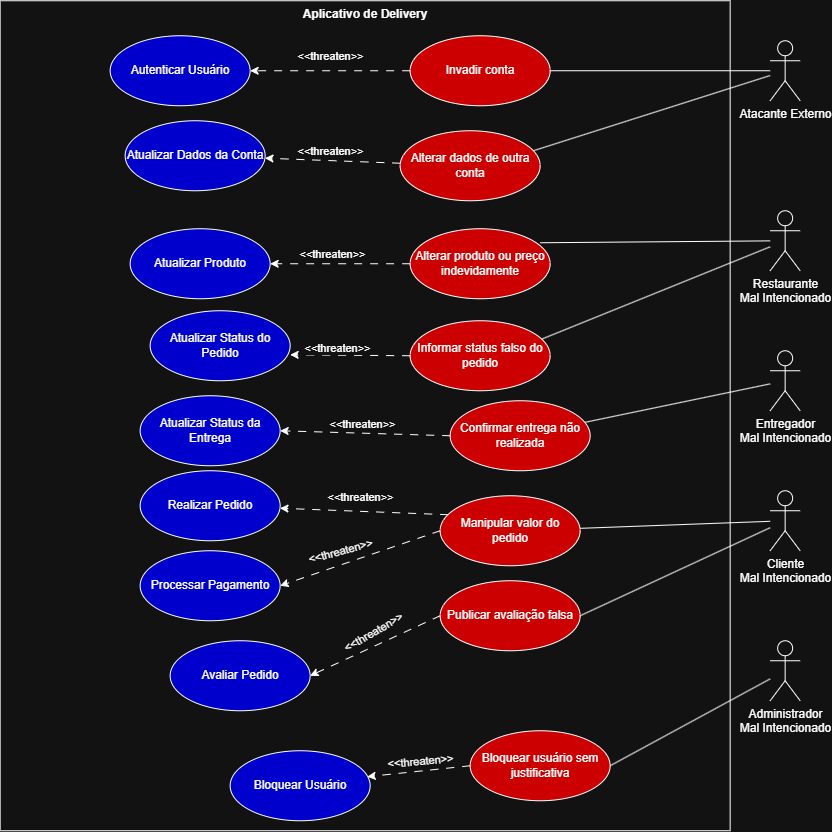
Ismael1012/Engenharia_Software_Seguro keeps this draw.io diagram as diagramas/Casos de Abuso.png. Above is the earlier version. Source tidied: cells renumbered, new cells last; positions are measured from the earlier drawing's top-left corner, leaving out a move shared by most shapes.
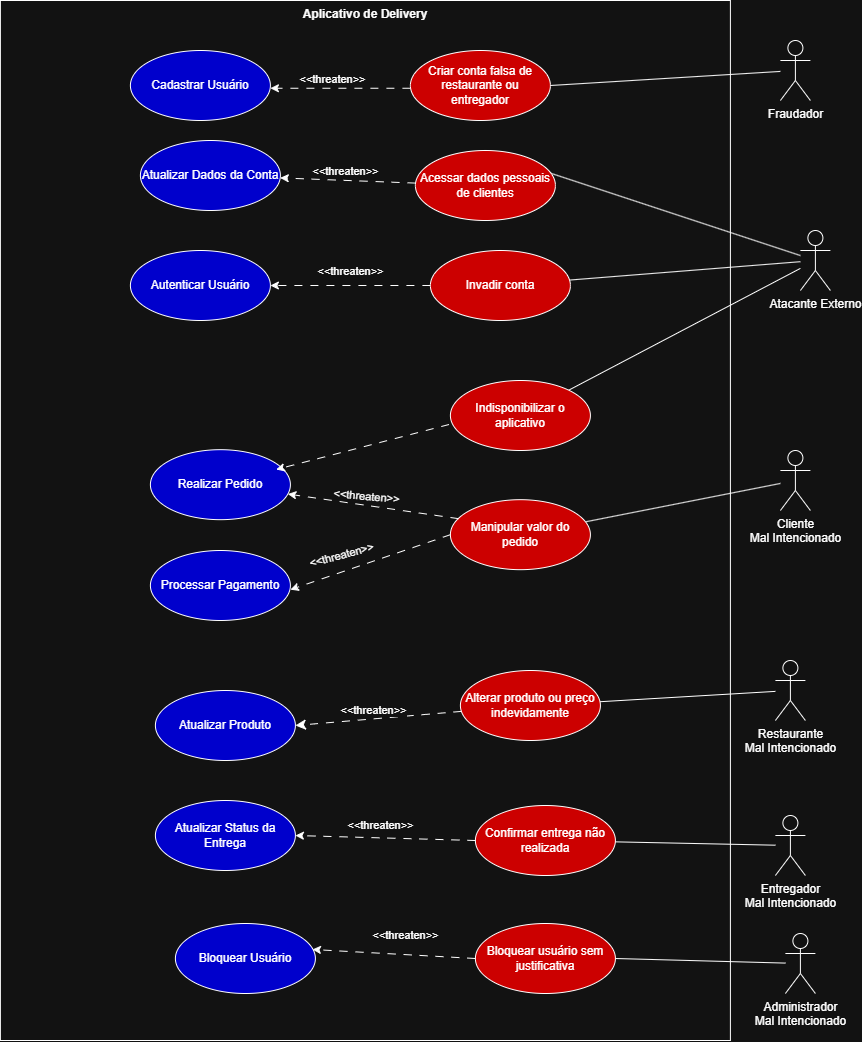
Above is the later version.

Commit message:
fix: arruma diagrama de casos de abuso

Change to the diagram source:
```diff
@@ -3,25 +3,22 @@
     <mxCell id="0" />
     <mxCell id="1" parent="0" />
     <mxCell id="2" value="Aplicativo de Delivery" style="shape=rect;html=1;verticalAlign=top;fontStyle=1;whiteSpace=wrap;align=center;" parent="1" vertex="1">
-      <mxGeometry width="730" height="830" as="geometry" />
+      <mxGeometry width="730" height="1040" as="geometry" />
     </mxCell>
     <mxCell id="3" value="Autenticar Usuário" style="ellipse;whiteSpace=wrap;html=1;fillColor=light-dark(#FFFFFF,#0000CC);" parent="1" vertex="1">
-      <mxGeometry x="110" y="35" width="140" height="70" as="geometry" />
+      <mxGeometry x="130" y="250" width="140" height="70" as="geometry" />
     </mxCell>
     <mxCell id="4" style="rounded=0;jettySize=auto;html=1;endArrow=none;endFill=0;" parent="1" edge="1" source="6" target="22">
       <mxGeometry relative="1" as="geometry" />
     </mxCell>
-    <mxCell id="5" style="rounded=0;jettySize=auto;html=1;entryX=1;entryY=0.5;entryDx=0;entryDy=0;endArrow=none;endFill=0;" parent="1" edge="1" source="6" target="23">
-      <mxGeometry relative="1" as="geometry" />
-    </mxCell>
     <mxCell id="6" value="Cliente&lt;div&gt;Mal Intencionado&lt;/div&gt;" style="shape=umlActor;verticalLabelPosition=bottom;verticalAlign=top;html=1;" parent="1" vertex="1">
-      <mxGeometry x="770" y="490" width="30" height="60" as="geometry" />
+      <mxGeometry x="780" y="450" width="30" height="60" as="geometry" />
     </mxCell>
     <mxCell id="7" style="rounded=0;jettySize=auto;html=1;endArrow=none;endFill=0;" parent="1" edge="1" source="8" target="26">
       <mxGeometry relative="1" as="geometry" />
     </mxCell>
     <mxCell id="8" value="Entregador&lt;div&gt;Mal Intencionado&lt;/div&gt;" style="shape=umlActor;verticalLabelPosition=bottom;verticalAlign=top;html=1;" parent="1" vertex="1">
-      <mxGeometry x="770" y="350" width="30" height="60" as="geometry" />
+      <mxGeometry x="775" y="815" width="30" height="60" as="geometry" />
     </mxCell>
     <mxCell id="9" style="rounded=0;jettySize=auto;html=1;endArrow=none;endFill=0;" parent="1" edge="1" source="11" target="19">
       <mxGeometry relative="1" as="geometry" />
@@ -29,23 +26,17 @@
     <mxCell id="10" style="rounded=0;jettySize=auto;html=1;entryX=0.929;entryY=0.3;entryDx=0;entryDy=0;endArrow=none;endFill=0;entryPerimeter=0;" parent="1" edge="1" source="11" target="21">
       <mxGeometry relative="1" as="geometry" />
     </mxCell>
+    <mxCell id="51" style="edgeStyle=none;curved=1;rounded=0;jettySize=auto;html=1;fontSize=12;startSize=8;endSize=8;endArrow=none;endFill=0;" parent="1" edge="1" source="11" target="54">
+      <mxGeometry relative="1" as="geometry" />
+    </mxCell>
     <mxCell id="11" value="Atacante Externo" style="shape=umlActor;verticalLabelPosition=bottom;verticalAlign=top;html=1;" parent="1" vertex="1">
-      <mxGeometry x="770" y="40" width="30" height="60" as="geometry" />
+      <mxGeometry x="800" y="230" width="30" height="60" as="geometry" />
     </mxCell>
-    <mxCell id="12" style="rounded=0;jettySize=auto;html=1;entryX=0.929;entryY=0.2;entryDx=0;entryDy=0;endArrow=none;endFill=0;entryPerimeter=0;" parent="1" edge="1" source="14" target="25">
-      <mxGeometry relative="1" as="geometry" />
-    </mxCell>
-    <mxCell id="13" style="rounded=0;jettySize=auto;html=1;entryX=0.929;entryY=0.271;entryDx=0;entryDy=0;endArrow=none;endFill=0;entryPerimeter=0;" parent="1" edge="1" source="14" target="24">
-      <mxGeometry relative="1" as="geometry" />
-    </mxCell>
-    <mxCell id="14" value="Restaurante&lt;div&gt;Mal Intencionado&lt;/div&gt;" style="shape=umlActor;verticalLabelPosition=bottom;verticalAlign=top;html=1;" parent="1" vertex="1">
-      <mxGeometry x="770" y="210" width="30" height="60" as="geometry" />
-    </mxCell>
     <mxCell id="15" style="rounded=0;jettySize=auto;html=1;entryX=1;entryY=0.5;entryDx=0;entryDy=0;endArrow=none;endFill=0;" parent="1" edge="1" source="16" target="27">
       <mxGeometry relative="1" as="geometry" />
     </mxCell>
     <mxCell id="16" value="Administrador&lt;div&gt;Mal Intencionado&lt;/div&gt;" style="shape=umlActor;verticalLabelPosition=bottom;verticalAlign=top;html=1;" parent="1" vertex="1">
-      <mxGeometry x="770" y="640" width="30" height="60" as="geometry" />
+      <mxGeometry x="785" y="933" width="30" height="60" as="geometry" />
     </mxCell>
     <mxCell id="17" style="rounded=0;jettySize=auto;html=1;dashed=1;dashPattern=8 8;" parent="1" edge="1" source="19" target="3">
       <mxGeometry relative="1" as="geometry" />
@@ -56,110 +47,128 @@
       </mxGeometry>
     </mxCell>
     <mxCell id="19" value="Invadir conta" style="ellipse;whiteSpace=wrap;html=1;fillColor=light-dark(#FFFFFF,#CC0000);" parent="1" vertex="1">
-      <mxGeometry x="410" y="35" width="140" height="70" as="geometry" />
+      <mxGeometry x="430" y="250" width="140" height="70" as="geometry" />
     </mxCell>
     <mxCell id="20" style="rounded=0;jettySize=auto;html=1;dashed=1;dashPattern=8 8;" parent="1" edge="1" source="21" target="32">
       <mxGeometry relative="1" as="geometry" />
     </mxCell>
-    <mxCell id="21" value="Alterar dados de outra conta" style="ellipse;whiteSpace=wrap;html=1;fillColor=light-dark(#FFFFFF,#CC0000);" parent="1" vertex="1">
-      <mxGeometry x="400" y="130" width="140" height="70" as="geometry" />
+    <mxCell id="21" value="Acessar dados pessoais de clientes" style="ellipse;whiteSpace=wrap;html=1;fillColor=light-dark(#FFFFFF,#CC0000);" parent="1" vertex="1">
+      <mxGeometry x="415" y="150" width="140" height="70" as="geometry" />
     </mxCell>
     <mxCell id="22" value="Manipular valor do pedido" style="ellipse;whiteSpace=wrap;html=1;fillColor=light-dark(#FFFFFF,#CC0000);" parent="1" vertex="1">
-      <mxGeometry x="440" y="495" width="140" height="70" as="geometry" />
+      <mxGeometry x="450" y="499.2" width="140" height="70" as="geometry" />
     </mxCell>
-    <mxCell id="23" value="Publicar avaliação falsa&lt;span style=&quot;color: rgba(0, 0, 0, 0); font-family: monospace; font-size: 0px; text-align: start; white-space: nowrap;&quot;&gt;%3CmxGraphModel%3E%3Croot%3E%3CmxCell%20id%3D%220%22%2F%3E%3CmxCell%20id%3D%221%22%20parent%3D%220%22%2F%3E%3CmxCell%20id%3D%222%22%20parent%3D%221%22%20style%3D%22ellipse%3BwhiteSpace%3Dwrap%3Bhtml%3D1%3B%22%20value%3D%22Alterar%20dados%20de%20outra%20conta%22%20vertex%3D%221%22%3E%3CmxGeometry%20height%3D%2270%22%20width%3D%22140%22%20x%3D%22910%22%20y%3D%22340%22%20as%3D%22geometry%22%2F%3E%3C%2FmxCell%3E%3C%2Froot%3E%3C%2FmxGraphModel%3E&lt;/span&gt;" style="ellipse;whiteSpace=wrap;html=1;fillColor=light-dark(#FFFFFF,#CC0000);" parent="1" vertex="1">
-      <mxGeometry x="440" y="580" width="140" height="70" as="geometry" />
-    </mxCell>
-    <mxCell id="24" value="Informar status falso do pedido" style="ellipse;whiteSpace=wrap;html=1;fillColor=light-dark(#FFFFFF,#CC0000);" parent="1" vertex="1">
-      <mxGeometry x="410" y="320" width="140" height="70" as="geometry" />
-    </mxCell>
-    <mxCell id="25" value="Alterar produto ou preço indevidamente" style="ellipse;whiteSpace=wrap;html=1;fillColor=light-dark(#FFFFFF,#CC0000);" parent="1" vertex="1">
-      <mxGeometry x="410" y="228" width="140" height="70" as="geometry" />
+    <mxCell id="25" value="Criar conta falsa de restaurante ou entregador" style="ellipse;whiteSpace=wrap;html=1;fillColor=light-dark(#FFFFFF,#CC0000);" parent="1" vertex="1">
+      <mxGeometry x="410" y="50" width="140" height="70" as="geometry" />
     </mxCell>
     <mxCell id="26" value="Confirmar entrega não realizada" style="ellipse;whiteSpace=wrap;html=1;fillColor=light-dark(#FFFFFF,#CC0000);" parent="1" vertex="1">
-      <mxGeometry x="450" y="400" width="140" height="70" as="geometry" />
+      <mxGeometry x="475" y="805" width="140" height="70" as="geometry" />
     </mxCell>
     <mxCell id="27" value="&lt;span style=&quot;color: light-dark(rgb(0, 0, 0), rgb(255, 255, 255));&quot;&gt;Bloquear usuário sem justificativa&lt;/span&gt;" style="ellipse;whiteSpace=wrap;html=1;fontColor=light-dark(#000000,#000000);fillColor=light-dark(#FFFFFF,#CC0000);" parent="1" vertex="1">
-      <mxGeometry x="470" y="730" width="140" height="70" as="geometry" />
+      <mxGeometry x="475" y="923" width="140" height="70" as="geometry" />
     </mxCell>
-    <mxCell id="28" value="Avaliar Pedido" style="ellipse;whiteSpace=wrap;html=1;fillColor=light-dark(#FFFFFF,#0000CC);" parent="1" vertex="1">
-      <mxGeometry x="170" y="640" width="140" height="70" as="geometry" />
-    </mxCell>
     <mxCell id="29" value="Realizar Pedido" style="ellipse;whiteSpace=wrap;html=1;fillColor=light-dark(#FFFFFF,#0000CC);" parent="1" vertex="1">
-      <mxGeometry x="140" y="470" width="140" height="70" as="geometry" />
+      <mxGeometry x="150" y="449.2" width="140" height="70" as="geometry" />
     </mxCell>
     <mxCell id="30" value="Processar Pagamento" style="ellipse;whiteSpace=wrap;html=1;fillColor=light-dark(#FFFFFF,#0000CC);" parent="1" vertex="1">
-      <mxGeometry x="140" y="550" width="140" height="70" as="geometry" />
+      <mxGeometry x="150" y="550" width="140" height="70" as="geometry" />
     </mxCell>
     <mxCell id="31" value="Bloquear Usuário" style="ellipse;whiteSpace=wrap;html=1;fillColor=light-dark(#FFFFFF,#0000CC);" parent="1" vertex="1">
-      <mxGeometry x="230" y="750" width="140" height="70" as="geometry" />
+      <mxGeometry x="175" y="923" width="140" height="70" as="geometry" />
     </mxCell>
     <mxCell id="32" value="Atualizar Dados da Conta" style="ellipse;whiteSpace=wrap;html=1;fillColor=light-dark(#FFFFFF,#0000CC);" parent="1" vertex="1">
-      <mxGeometry x="125" y="120" width="140" height="70" as="geometry" />
+      <mxGeometry x="140" y="140" width="140" height="70" as="geometry" />
     </mxCell>
-    <mxCell id="33" value="Atualizar Produto" style="ellipse;whiteSpace=wrap;html=1;fillColor=light-dark(#FFFFFF,#0000CC);" parent="1" vertex="1">
-      <mxGeometry x="130" y="228" width="140" height="70" as="geometry" />
+    <mxCell id="33" value="Cadastrar Usuário" style="ellipse;whiteSpace=wrap;html=1;fillColor=light-dark(#FFFFFF,#0000CC);" parent="1" vertex="1">
+      <mxGeometry x="130" y="50" width="140" height="70" as="geometry" />
     </mxCell>
-    <mxCell id="34" value="Atualizar Status do Pedido" style="ellipse;whiteSpace=wrap;html=1;fillColor=light-dark(#FFFFFF,#0000CC);" parent="1" vertex="1">
-      <mxGeometry x="150" y="310" width="140" height="70" as="geometry" />
-    </mxCell>
     <mxCell id="35" value="&amp;lt;&amp;lt;threaten&amp;gt;&amp;gt;" style="edgeLabel;html=1;align=center;verticalAlign=middle;rotation=0;" parent="1" vertex="1">
-      <mxGeometry x="330" y="150" as="geometry" />
+      <mxGeometry x="345" y="170" as="geometry" />
     </mxCell>
-    <mxCell id="36" style="rounded=0;jettySize=auto;html=1;dashed=1;dashPattern=8 8;exitX=0;exitY=0.5;exitDx=0;exitDy=0;entryX=1;entryY=0.5;entryDx=0;entryDy=0;" parent="1" edge="1" source="23" target="28">
-      <mxGeometry relative="1" as="geometry" />
-    </mxCell>
-    <mxCell id="37" value="&amp;lt;&amp;lt;threaten&amp;gt;&amp;gt;" style="edgeLabel;html=1;align=center;verticalAlign=middle;rotation=-30;" parent="1" vertex="1">
-      <mxGeometry x="360" y="610" as="geometry">
-        <mxPoint x="0.5" y="25" as="offset" />
-      </mxGeometry>
-    </mxCell>
-    <mxCell id="38" style="rounded=0;jettySize=auto;html=1;dashed=1;dashPattern=8 8;exitX=0;exitY=0.5;exitDx=0;exitDy=0;entryX=1;entryY=0.5;entryDx=0;entryDy=0;" parent="1" edge="1" source="22" target="30">
-      <mxGeometry relative="1" as="geometry" />
+    <mxCell id="38" style="rounded=0;jettySize=auto;html=1;dashed=1;dashPattern=8 8;exitX=0;exitY=0.5;exitDx=0;exitDy=0;entryX=1;entryY=0.5;entryDx=0;entryDy=0;" parent="1" edge="1" source="22">
+      <mxGeometry relative="1" as="geometry">
+        <mxPoint x="290" y="589.2" as="targetPoint" />
+      </mxGeometry>
     </mxCell>
     <mxCell id="39" value="&amp;lt;&amp;lt;threaten&amp;gt;&amp;gt;" style="edgeLabel;html=1;align=center;verticalAlign=middle;rotation=-15;" parent="1" vertex="1">
-      <mxGeometry x="340" y="550" as="geometry" />
+      <mxGeometry x="340" y="554.2" as="geometry" />
     </mxCell>
     <mxCell id="40" style="rounded=0;jettySize=auto;html=1;dashed=1;dashPattern=8 8;exitX=0.057;exitY=0.271;exitDx=0;exitDy=0;exitPerimeter=0;" parent="1" edge="1" source="22" target="29">
       <mxGeometry relative="1" as="geometry" />
     </mxCell>
-    <mxCell id="41" value="&amp;lt;&amp;lt;threaten&amp;gt;&amp;gt;" style="edgeLabel;html=1;align=center;verticalAlign=middle;rotation=0;" parent="1" vertex="1">
-      <mxGeometry x="365" y="505" as="geometry">
-        <mxPoint x="-5" y="-9" as="offset" />
+    <mxCell id="41" value="&amp;lt;&amp;lt;threaten&amp;gt;&amp;gt;" style="edgeLabel;html=1;align=center;verticalAlign=middle;rotation=5;" parent="1" vertex="1">
+      <mxGeometry x="370" y="510" as="geometry">
+        <mxPoint x="-6" y="-14" as="offset" />
       </mxGeometry>
     </mxCell>
-    <mxCell id="42" style="rounded=0;jettySize=auto;html=1;dashed=1;dashPattern=8 8;exitX=0;exitY=0.5;exitDx=0;exitDy=0;entryX=1;entryY=0.5;entryDx=0;entryDy=0;" parent="1" edge="1" source="25" target="33">
-      <mxGeometry relative="1" as="geometry" />
+    <mxCell id="42" style="rounded=0;orthogonalLoop=1;jettySize=auto;html=1;dashed=1;dashPattern=8 8;exitX=0;exitY=0.5;exitDx=0;exitDy=0;entryX=1;entryY=0.5;entryDx=0;entryDy=0;" parent="1" edge="1">
+      <mxGeometry relative="1" as="geometry">
+        <mxPoint x="410" y="87.8" as="sourcePoint" />
+        <mxPoint x="270" y="87.8" as="targetPoint" />
+      </mxGeometry>
     </mxCell>
     <mxCell id="43" value="&amp;lt;&amp;lt;threaten&amp;gt;&amp;gt;" style="edgeLabel;html=1;align=center;verticalAlign=middle;rotation=0;" parent="1" vertex="1">
-      <mxGeometry x="335" y="256.5" as="geometry">
+      <mxGeometry x="335" y="81.2" as="geometry">
         <mxPoint x="-3" y="-3" as="offset" />
       </mxGeometry>
     </mxCell>
     <mxCell id="44" value="Atualizar Status da Entrega" style="ellipse;whiteSpace=wrap;html=1;fillColor=light-dark(#FFFFFF,#0000CC);" parent="1" vertex="1">
-      <mxGeometry x="140" y="395" width="140" height="70" as="geometry" />
+      <mxGeometry x="155" y="800" width="140" height="70" as="geometry" />
     </mxCell>
     <mxCell id="45" style="rounded=0;jettySize=auto;html=1;dashed=1;dashPattern=8 8;exitX=0;exitY=0.5;exitDx=0;exitDy=0;entryX=1;entryY=0.5;entryDx=0;entryDy=0;" parent="1" edge="1" source="26" target="44">
       <mxGeometry relative="1" as="geometry" />
     </mxCell>
     <mxCell id="46" value="&amp;lt;&amp;lt;threaten&amp;gt;&amp;gt;" style="edgeLabel;html=1;align=center;verticalAlign=middle;rotation=0;" parent="1" vertex="1">
-      <mxGeometry x="365" y="426.2" as="geometry">
-        <mxPoint x="-3" y="-3" as="offset" />
+      <mxGeometry x="375" y="835" as="geometry">
+        <mxPoint x="5" y="-11" as="offset" />
       </mxGeometry>
     </mxCell>
-    <mxCell id="47" style="rounded=0;jettySize=auto;html=1;dashed=1;dashPattern=8 8;exitX=0;exitY=0.5;exitDx=0;exitDy=0;entryX=1;entryY=0.629;entryDx=0;entryDy=0;entryPerimeter=0;" parent="1" edge="1" source="24" target="34">
-      <mxGeometry relative="1" as="geometry" />
-    </mxCell>
-    <mxCell id="48" value="&amp;lt;&amp;lt;threaten&amp;gt;&amp;gt;" style="edgeLabel;html=1;align=center;verticalAlign=middle;rotation=0;" parent="1" vertex="1">
-      <mxGeometry x="310" y="350" as="geometry">
+    <mxCell id="48" style="edgeLabel;html=1;align=center;verticalAlign=middle;rotation=0;" parent="1" vertex="1">
+      <mxGeometry x="325" y="600" as="geometry">
         <mxPoint x="27" y="-3" as="offset" />
       </mxGeometry>
     </mxCell>
     <mxCell id="49" style="rounded=0;jettySize=auto;html=1;dashed=1;dashPattern=8 8;exitX=0;exitY=0.5;exitDx=0;exitDy=0;entryX=0.979;entryY=0.371;entryDx=0;entryDy=0;entryPerimeter=0;" parent="1" edge="1" source="27" target="31">
       <mxGeometry relative="1" as="geometry" />
     </mxCell>
-    <mxCell id="50" value="&amp;lt;&amp;lt;threaten&amp;gt;&amp;gt;" style="edgeLabel;html=1;align=center;verticalAlign=middle;rotation=-5;" parent="1" vertex="1">
-      <mxGeometry x="420" y="760" as="geometry" />
+    <mxCell id="50" value="&amp;lt;&amp;lt;threaten&amp;gt;&amp;gt;" style="edgeLabel;html=1;align=center;verticalAlign=middle;rotation=0;" parent="1" vertex="1">
+      <mxGeometry x="405" y="943" as="geometry">
+        <mxPoint x="-0.2" y="-9.1" as="offset" />
+      </mxGeometry>
     </mxCell>
+    <mxCell id="52" style="rounded=0;jettySize=auto;html=1;entryX=1;entryY=0.5;entryDx=0;entryDy=0;endArrow=none;endFill=0;" parent="1" edge="1" source="53" target="25">
+      <mxGeometry relative="1" as="geometry" />
+    </mxCell>
+    <mxCell id="53" value="Fraudador" style="shape=umlActor;verticalLabelPosition=bottom;verticalAlign=top;html=1;" parent="1" vertex="1">
+      <mxGeometry x="780" y="40" width="30" height="60" as="geometry" />
+    </mxCell>
+    <mxCell id="54" value="Indisponibilizar o aplicativo" style="ellipse;whiteSpace=wrap;html=1;fillColor=light-dark(#FFFFFF,#CC0000);" parent="1" vertex="1">
+      <mxGeometry x="450" y="380" width="140" height="70" as="geometry" />
+    </mxCell>
+    <mxCell id="55" style="rounded=0;jettySize=auto;html=1;entryX=0.898;entryY=0.283;entryDx=0;entryDy=0;entryPerimeter=0;dashed=1;dashPattern=8 8;" parent="1" edge="1" target="29">
+      <mxGeometry relative="1" as="geometry">
+        <mxPoint x="448.6" y="424" as="sourcePoint" />
+      </mxGeometry>
+    </mxCell>
+    <mxCell id="56" style="edgeStyle=none;curved=1;rounded=0;jettySize=auto;html=1;fontSize=12;startSize=8;endSize=8;endArrow=none;endFill=0;" parent="1" edge="1" source="14" target="58">
+      <mxGeometry relative="1" as="geometry" />
+    </mxCell>
+    <mxCell id="14" value="Restaurante&lt;div&gt;Mal Intencionado&lt;/div&gt;" style="shape=umlActor;verticalLabelPosition=bottom;verticalAlign=top;html=1;" parent="1" vertex="1">
+      <mxGeometry x="775" y="660" width="30" height="60" as="geometry" />
+    </mxCell>
+    <mxCell id="57" style="edgeStyle=none;curved=1;rounded=0;jettySize=auto;html=1;entryX=1;entryY=0.5;entryDx=0;entryDy=0;fontSize=12;startSize=8;endSize=8;dashed=1;dashPattern=8 8;" parent="1" edge="1" source="58" target="59">
+      <mxGeometry relative="1" as="geometry" />
+    </mxCell>
+    <mxCell id="58" value="Alterar produto ou preço indevidamente" style="ellipse;whiteSpace=wrap;html=1;fillColor=light-dark(#FFFFFF,#CC0000);" parent="1" vertex="1">
+      <mxGeometry x="460" y="670" width="140" height="70" as="geometry" />
+    </mxCell>
+    <mxCell id="59" value="Atualizar Produto" style="ellipse;whiteSpace=wrap;html=1;fillColor=light-dark(#FFFFFF,#0000CC);" parent="1" vertex="1">
+      <mxGeometry x="155" y="690" width="140" height="70" as="geometry" />
+    </mxCell>
+    <mxCell id="37" value="&amp;lt;&amp;lt;threaten&amp;gt;&amp;gt;" style="edgeLabel;html=1;align=center;verticalAlign=middle;rotation=0;" parent="1" vertex="1">
+      <mxGeometry x="365" y="700" as="geometry">
+        <mxPoint x="8" y="9" as="offset" />
+      </mxGeometry>
+    </mxCell>
   </root>
 </mxGraphModel>
```
